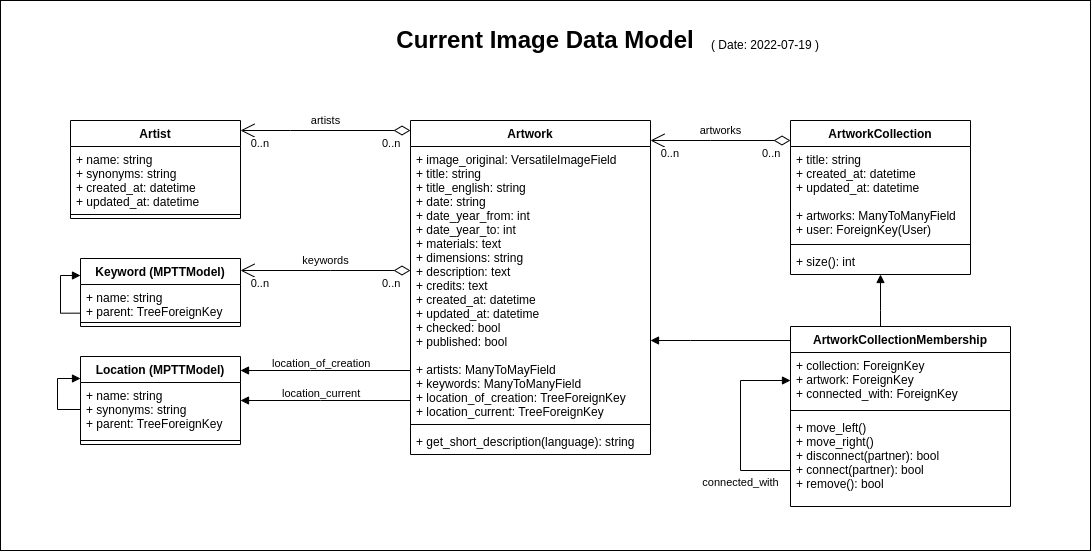
Above: docs/image-data-model.drawio.png in base-angewandte/image-backend (draw.io), before the change. Source tidied: cells renumbered, new cells last; positions are measured from the earlier drawing's top-left corner, leaving out a move shared by most shapes.
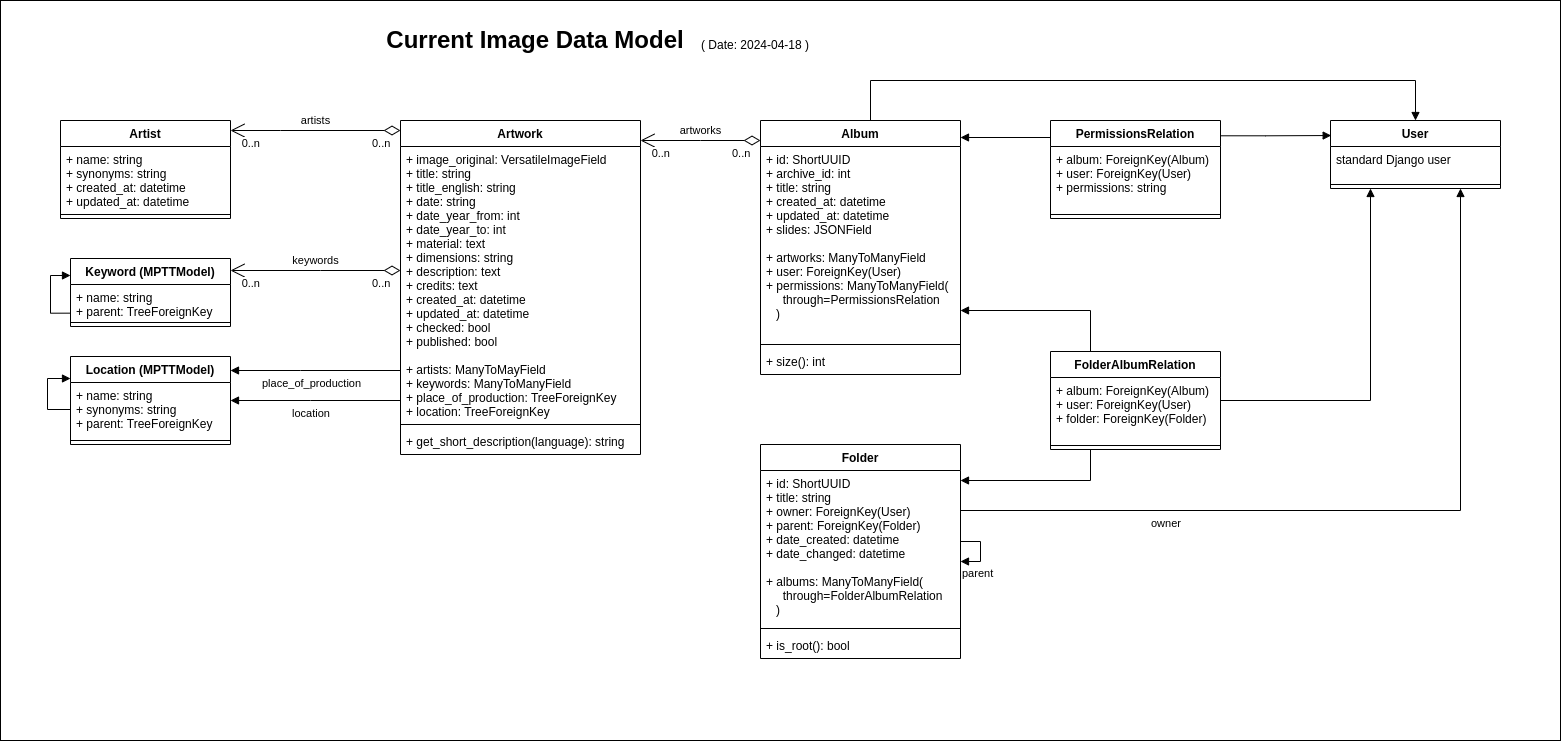
After the change.

Commit message:
docs: update data model diagramme

Diff of the diagram source:
```diff
@@ -3,7 +3,7 @@
     <mxCell id="0" />
     <mxCell id="1" parent="0" />
     <mxCell id="2" style="rounded=0;whiteSpace=wrap;html=1;" parent="1" vertex="1">
-      <mxGeometry width="1090" height="550" as="geometry" />
+      <mxGeometry x="10" width="1560" height="740" as="geometry" />
     </mxCell>
     <mxCell id="3" value="Artist" style="swimlane;fontStyle=1;align=center;verticalAlign=top;horizontal=1;startSize=26;" parent="1" vertex="1">
       <mxGeometry x="70" y="120" width="170" height="98" as="geometry" />
@@ -51,7 +51,7 @@
     <mxCell id="14" value="Artwork" style="swimlane;fontStyle=1;align=center;verticalAlign=top;horizontal=1;startSize=26;" parent="1" vertex="1">
       <mxGeometry x="410" y="120" width="240" height="334" as="geometry" />
     </mxCell>
-    <mxCell id="15" value="+ image_original: VersatileImageField&#10;+ title: string&#10;+ title_english: string&#10;+ date: string&#10;+ date_year_from: int&#10;+ date_year_to: int&#10;+ materials: text&#10;+ dimensions: string&#10;+ description: text&#10;+ credits: text&#10;+ created_at: datetime&#10;+ updated_at: datetime&#10;+ checked: bool&#10;+ published: bool&#10;&#10;+ artists: ManyToMayField&#10;+ keywords: ManyToManyField&#10;+ location_of_creation: TreeForeignKey&#10;+ location_current: TreeForeignKey&#10;" style="text;strokeColor=none;fillColor=none;align=left;verticalAlign=top;spacingLeft=4;spacingRight=4;overflow=hidden;" parent="14" vertex="1">
+    <mxCell id="15" value="+ image_original: VersatileImageField&#10;+ title: string&#10;+ title_english: string&#10;+ date: string&#10;+ date_year_from: int&#10;+ date_year_to: int&#10;+ material: text&#10;+ dimensions: string&#10;+ description: text&#10;+ credits: text&#10;+ created_at: datetime&#10;+ updated_at: datetime&#10;+ checked: bool&#10;+ published: bool&#10;&#10;+ artists: ManyToMayField&#10;+ keywords: ManyToManyField&#10;+ place_of_production: TreeForeignKey&#10;+ location: TreeForeignKey&#10;" style="text;strokeColor=none;fillColor=none;align=left;verticalAlign=top;spacingLeft=4;spacingRight=4;overflow=hidden;" parent="14" vertex="1">
       <mxGeometry y="26" width="240" height="274" as="geometry" />
     </mxCell>
     <mxCell id="16" style="line;strokeWidth=1;fillColor=none;align=left;verticalAlign=middle;spacingTop=-1;spacingLeft=3;spacingRight=3;labelPosition=right;" parent="14" vertex="1">
@@ -60,55 +60,28 @@
     <mxCell id="17" value="+ get_short_description(language): string" style="text;strokeColor=none;fillColor=none;align=left;verticalAlign=top;spacingLeft=4;spacingRight=4;overflow=hidden;" parent="14" vertex="1">
       <mxGeometry y="308" width="240" height="26" as="geometry" />
     </mxCell>
-    <mxCell id="18" value="ArtworkCollection" style="swimlane;fontStyle=1;align=center;verticalAlign=top;horizontal=1;startSize=26;" parent="1" vertex="1">
-      <mxGeometry x="790" y="120" width="180" height="154" as="geometry" />
+    <mxCell id="18" value="Album" style="swimlane;fontStyle=1;align=center;verticalAlign=top;horizontal=1;startSize=26;" parent="1" vertex="1">
+      <mxGeometry x="770" y="120" width="200" height="254" as="geometry" />
     </mxCell>
-    <mxCell id="19" value="+ title: string&#10;+ created_at: datetime&#10;+ updated_at: datetime&#10;&#10;+ artworks: ManyToManyField&#10;+ user: ForeignKey(User)" style="text;strokeColor=none;fillColor=none;align=left;verticalAlign=top;spacingLeft=4;spacingRight=4;overflow=hidden;" parent="18" vertex="1">
-      <mxGeometry y="26" width="180" height="94" as="geometry" />
+    <mxCell id="19" value="+ id: ShortUUID&#10;+ archive_id: int&#10;+ title: string&#10;+ created_at: datetime&#10;+ updated_at: datetime&#10;+ slides: JSONField&#10;&#10;+ artworks: ManyToManyField&#10;+ user: ForeignKey(User)&#10;+ permissions: ManyToManyField(&#10;     through=PermissionsRelation&#10;   )&#10;" style="text;strokeColor=none;fillColor=none;align=left;verticalAlign=top;spacingLeft=4;spacingRight=4;overflow=hidden;" parent="18" vertex="1">
+      <mxGeometry y="26" width="200" height="194" as="geometry" />
     </mxCell>
     <mxCell id="20" style="line;strokeWidth=1;fillColor=none;align=left;verticalAlign=middle;spacingTop=-1;spacingLeft=3;spacingRight=3;labelPosition=right;" parent="18" vertex="1">
-      <mxGeometry y="120" width="180" height="8" as="geometry" />
+      <mxGeometry y="220" width="200" height="8" as="geometry" />
     </mxCell>
     <mxCell id="21" value="+ size(): int" style="text;strokeColor=none;fillColor=none;align=left;verticalAlign=top;spacingLeft=4;spacingRight=4;overflow=hidden;" parent="18" vertex="1">
-      <mxGeometry y="128" width="180" height="26" as="geometry" />
+      <mxGeometry y="228" width="200" height="26" as="geometry" />
     </mxCell>
-    <mxCell id="22" value="ArtworkCollectionMembership" style="swimlane;fontStyle=1;align=center;verticalAlign=top;horizontal=1;startSize=26;" parent="1" vertex="1">
-      <mxGeometry x="790" y="326" width="220" height="180" as="geometry" />
-    </mxCell>
-    <mxCell id="23" value="+ collection: ForeignKey&#10;+ artwork: ForeignKey&#10;+ connected_with: ForeignKey" style="text;strokeColor=none;fillColor=none;align=left;verticalAlign=top;spacingLeft=4;spacingRight=4;overflow=hidden;" parent="22" vertex="1">
-      <mxGeometry y="26" width="220" height="54" as="geometry" />
-    </mxCell>
-    <mxCell id="24" style="line;strokeWidth=1;fillColor=none;align=left;verticalAlign=middle;spacingTop=-1;spacingLeft=3;spacingRight=3;labelPosition=right;" parent="22" vertex="1">
-      <mxGeometry y="80" width="220" height="8" as="geometry" />
-    </mxCell>
-    <mxCell id="25" value="+ move_left()&#10;+ move_right()&#10;+ disconnect(partner): bool&#10;+ connect(partner): bool&#10;+ remove(): bool" style="text;strokeColor=none;fillColor=none;align=left;verticalAlign=top;spacingLeft=4;spacingRight=4;overflow=hidden;points=[[0,0.5],[1,0.5]];portConstraint=eastwest;" parent="22" vertex="1">
-      <mxGeometry y="88" width="220" height="92" as="geometry" />
-    </mxCell>
-    <mxCell id="26" style="endArrow=block;endFill=1;html=1;edgeStyle=orthogonalEdgeStyle;align=left;verticalAlign=top;rounded=0;exitX=0;exitY=0.5;exitDx=0;exitDy=0;" parent="22" edge="1" source="25">
-      <mxGeometry x="0.53" y="-20" relative="1" as="geometry">
-        <mxPoint y="54" as="targetPoint" />
-        <Array as="points">
-          <mxPoint y="144" />
-          <mxPoint x="-50" y="144" />
-          <mxPoint x="-50" y="54" />
-        </Array>
-      </mxGeometry>
-    </mxCell>
-    <mxCell id="27" value="connected_with" style="edgeLabel;html=1;align=center;verticalAlign=middle;" parent="26" vertex="1">
-      <mxGeometry x="0.15" y="-3" relative="1" as="geometry">
-        <mxPoint x="-3" y="67" as="offset" />
-      </mxGeometry>
-    </mxCell>
-    <mxCell id="28" value="location_of_creation" style="endArrow=block;endFill=1;html=1;edgeStyle=orthogonalEdgeStyle;align=left;verticalAlign=top;rounded=0;" parent="1" edge="1" source="14" target="10">
-      <mxGeometry x="0.65" y="-20" relative="1" as="geometry">
+    <mxCell id="28" value="place_of_production" style="endArrow=block;endFill=1;html=1;edgeStyle=orthogonalEdgeStyle;align=left;verticalAlign=top;rounded=0;" parent="1" edge="1" source="14" target="10">
+      <mxGeometry x="0.65" relative="1" as="geometry">
         <Array as="points">
           <mxPoint x="310" y="370" />
           <mxPoint x="310" y="370" />
         </Array>
       </mxGeometry>
     </mxCell>
-    <mxCell id="29" value="location_current" style="endArrow=block;endFill=1;html=1;edgeStyle=orthogonalEdgeStyle;align=left;verticalAlign=top;rounded=0;" parent="1" edge="1" source="14" target="10">
-      <mxGeometry x="0.53" y="-20" relative="1" as="geometry">
+    <mxCell id="29" value="location" style="endArrow=block;endFill=1;html=1;edgeStyle=orthogonalEdgeStyle;align=left;verticalAlign=top;rounded=0;" parent="1" edge="1" source="14" target="10">
+      <mxGeometry x="0.29" relative="1" as="geometry">
         <Array as="points">
           <mxPoint x="320" y="400" />
           <mxPoint x="320" y="400" />
@@ -169,27 +142,102 @@
         <mxPoint x="30" as="offset" />
       </mxGeometry>
     </mxCell>
-    <mxCell id="39" style="endArrow=block;endFill=1;html=1;edgeStyle=orthogonalEdgeStyle;align=left;verticalAlign=top;rounded=0;" parent="1" edge="1" source="22" target="18">
-      <mxGeometry x="0.53" y="-20" relative="1" as="geometry">
-        <Array as="points">
-          <mxPoint x="880" y="310" />
-          <mxPoint x="880" y="310" />
-        </Array>
-      </mxGeometry>
-    </mxCell>
-    <mxCell id="40" style="endArrow=block;endFill=1;html=1;edgeStyle=orthogonalEdgeStyle;align=left;verticalAlign=top;rounded=0;" parent="1" edge="1" source="22" target="14">
-      <mxGeometry x="0.53" y="-20" relative="1" as="geometry">
-        <Array as="points">
-          <mxPoint x="690" y="340" />
-          <mxPoint x="690" y="340" />
-        </Array>
-      </mxGeometry>
-    </mxCell>
     <mxCell id="41" value="&lt;h1 style=&quot;text-align: left;&quot;&gt;Current Image Data Model&lt;/h1&gt;" style="text;html=1;strokeColor=none;fillColor=none;align=center;verticalAlign=middle;whiteSpace=wrap;rounded=0;" parent="1" vertex="1">
       <mxGeometry x="390" y="20" width="310" height="40" as="geometry" />
     </mxCell>
-    <mxCell id="42" value="( Date: 2022-07-19 )" style="text;html=1;strokeColor=none;fillColor=none;align=center;verticalAlign=middle;whiteSpace=wrap;rounded=0;" parent="1" vertex="1">
+    <mxCell id="42" value="( Date: 2024-04-18 )" style="text;html=1;strokeColor=none;fillColor=none;align=center;verticalAlign=middle;whiteSpace=wrap;rounded=0;" parent="1" vertex="1">
       <mxGeometry x="700" y="30" width="130" height="30" as="geometry" />
     </mxCell>
+    <mxCell id="43" value="PermissionsRelation" style="swimlane;fontStyle=1;align=center;verticalAlign=top;horizontal=1;startSize=26;" parent="1" vertex="1">
+      <mxGeometry x="1060" y="120" width="170" height="98" as="geometry" />
+    </mxCell>
+    <mxCell id="44" value="+ album: ForeignKey(Album)&#10;+ user: ForeignKey(User)&#10;+ permissions: string" style="text;strokeColor=none;fillColor=none;align=left;verticalAlign=top;spacingLeft=4;spacingRight=4;overflow=hidden;" parent="43" vertex="1">
+      <mxGeometry y="26" width="170" height="64" as="geometry" />
+    </mxCell>
+    <mxCell id="45" style="line;strokeWidth=1;fillColor=none;align=left;verticalAlign=middle;spacingTop=-1;spacingLeft=3;spacingRight=3;labelPosition=right;" parent="43" vertex="1">
+      <mxGeometry y="90" width="170" height="8" as="geometry" />
+    </mxCell>
+    <mxCell id="46" style="endArrow=block;endFill=1;html=1;edgeStyle=orthogonalEdgeStyle;align=left;verticalAlign=top;rounded=0;" parent="1" edge="1">
+      <mxGeometry x="0.29" y="-20" relative="1" as="geometry">
+        <mxPoint x="1060" y="137" as="sourcePoint" />
+        <mxPoint x="970" y="137" as="targetPoint" />
+      </mxGeometry>
+    </mxCell>
+    <mxCell id="47" value="Folder" style="swimlane;fontStyle=1;align=center;verticalAlign=top;horizontal=1;startSize=26;" parent="1" vertex="1">
+      <mxGeometry x="770" y="444" width="200" height="214" as="geometry" />
+    </mxCell>
+    <mxCell id="48" value="+ id: ShortUUID&#10;+ title: string&#10;+ owner: ForeignKey(User)&#10;+ parent: ForeignKey(Folder)&#10;+ date_created: datetime&#10;+ date_changed: datetime&#10;&#10;+ albums: ManyToManyField(&#10;     through=FolderAlbumRelation&#10;   )" style="text;strokeColor=none;fillColor=none;align=left;verticalAlign=top;spacingLeft=4;spacingRight=4;overflow=hidden;" parent="47" vertex="1">
+      <mxGeometry y="26" width="200" height="154" as="geometry" />
+    </mxCell>
+    <mxCell id="49" style="line;strokeWidth=1;fillColor=none;align=left;verticalAlign=middle;spacingTop=-1;spacingLeft=3;spacingRight=3;labelPosition=right;" parent="47" vertex="1">
+      <mxGeometry y="180" width="200" height="8" as="geometry" />
+    </mxCell>
+    <mxCell id="50" value="+ is_root(): bool" style="text;strokeColor=none;fillColor=none;align=left;verticalAlign=top;spacingLeft=4;spacingRight=4;overflow=hidden;" parent="47" vertex="1">
+      <mxGeometry y="188" width="200" height="26" as="geometry" />
+    </mxCell>
+    <mxCell id="51" value="FolderAlbumRelation" style="swimlane;fontStyle=1;align=center;verticalAlign=top;horizontal=1;startSize=26;" parent="1" vertex="1">
+      <mxGeometry x="1060" y="351" width="170" height="98" as="geometry" />
+    </mxCell>
+    <mxCell id="52" value="+ album: ForeignKey(Album)&#10;+ user: ForeignKey(User)&#10;+ folder: ForeignKey(Folder)" style="text;strokeColor=none;fillColor=none;align=left;verticalAlign=top;spacingLeft=4;spacingRight=4;overflow=hidden;" parent="51" vertex="1">
+      <mxGeometry y="26" width="170" height="64" as="geometry" />
+    </mxCell>
+    <mxCell id="53" style="line;strokeWidth=1;fillColor=none;align=left;verticalAlign=middle;spacingTop=-1;spacingLeft=3;spacingRight=3;labelPosition=right;" parent="51" vertex="1">
+      <mxGeometry y="90" width="170" height="8" as="geometry" />
+    </mxCell>
+    <mxCell id="54" value="parent" style="endArrow=block;endFill=1;html=1;edgeStyle=orthogonalEdgeStyle;align=left;verticalAlign=top;rounded=0;" parent="1" edge="1" source="47" target="47">
+      <mxGeometry x="0.29" y="-20" relative="1" as="geometry" />
+    </mxCell>
+    <mxCell id="55" value="User" style="swimlane;fontStyle=1;align=center;verticalAlign=top;horizontal=1;startSize=26;" parent="1" vertex="1">
+      <mxGeometry x="1340" y="120" width="170" height="68" as="geometry" />
+    </mxCell>
+    <mxCell id="56" value="standard Django user" style="text;strokeColor=none;fillColor=none;align=left;verticalAlign=top;spacingLeft=4;spacingRight=4;overflow=hidden;" parent="55" vertex="1">
+      <mxGeometry y="26" width="170" height="34" as="geometry" />
+    </mxCell>
+    <mxCell id="57" style="line;strokeWidth=1;fillColor=none;align=left;verticalAlign=middle;spacingTop=-1;spacingLeft=3;spacingRight=3;labelPosition=right;" parent="55" vertex="1">
+      <mxGeometry y="60" width="170" height="8" as="geometry" />
+    </mxCell>
+    <mxCell id="58" style="endArrow=block;endFill=1;html=1;edgeStyle=orthogonalEdgeStyle;align=left;verticalAlign=top;rounded=0;exitX=1;exitY=0.156;exitDx=0;exitDy=0;entryX=0.004;entryY=0.221;entryDx=0;entryDy=0;exitPerimeter=0;entryPerimeter=0;" parent="1" edge="1" source="43" target="55">
+      <mxGeometry x="-0.34" y="25" relative="1" as="geometry">
+        <Array as="points">
+          <mxPoint x="1275" y="135" />
+        </Array>
+      </mxGeometry>
+    </mxCell>
+    <mxCell id="59" value="owner" style="endArrow=block;endFill=1;html=1;edgeStyle=orthogonalEdgeStyle;align=left;verticalAlign=top;rounded=0;" parent="1" edge="1" source="47" target="55">
+      <mxGeometry x="-0.54" relative="1" as="geometry">
+        <Array as="points">
+          <mxPoint x="1470" y="510" />
+        </Array>
+      </mxGeometry>
+    </mxCell>
+    <mxCell id="60" style="endArrow=block;endFill=1;html=1;edgeStyle=orthogonalEdgeStyle;align=left;verticalAlign=top;rounded=0;" parent="1" edge="1" source="51" target="18">
+      <mxGeometry x="0.29" y="-20" relative="1" as="geometry">
+        <Array as="points">
+          <mxPoint x="1100" y="310" />
+        </Array>
+      </mxGeometry>
+    </mxCell>
+    <mxCell id="61" style="endArrow=block;endFill=1;html=1;edgeStyle=orthogonalEdgeStyle;align=left;verticalAlign=top;rounded=0;" parent="1" edge="1" source="51" target="47">
+      <mxGeometry x="0.29" y="-20" relative="1" as="geometry">
+        <Array as="points">
+          <mxPoint x="1100" y="480" />
+        </Array>
+      </mxGeometry>
+    </mxCell>
+    <mxCell id="62" style="endArrow=block;endFill=1;html=1;edgeStyle=orthogonalEdgeStyle;align=left;verticalAlign=top;rounded=0;" parent="1" edge="1" source="51" target="55">
+      <mxGeometry x="0.29" y="-20" relative="1" as="geometry">
+        <Array as="points">
+          <mxPoint x="1380" y="400" />
+        </Array>
+      </mxGeometry>
+    </mxCell>
+    <mxCell id="63" style="endArrow=block;endFill=1;html=1;edgeStyle=orthogonalEdgeStyle;align=left;verticalAlign=top;rounded=0;" parent="1" edge="1" source="18" target="55">
+      <mxGeometry x="0.29" y="-20" relative="1" as="geometry">
+        <Array as="points">
+          <mxPoint x="880" y="80" />
+          <mxPoint x="1425" y="80" />
+        </Array>
+      </mxGeometry>
+    </mxCell>
   </root>
 </mxGraphModel>
```
